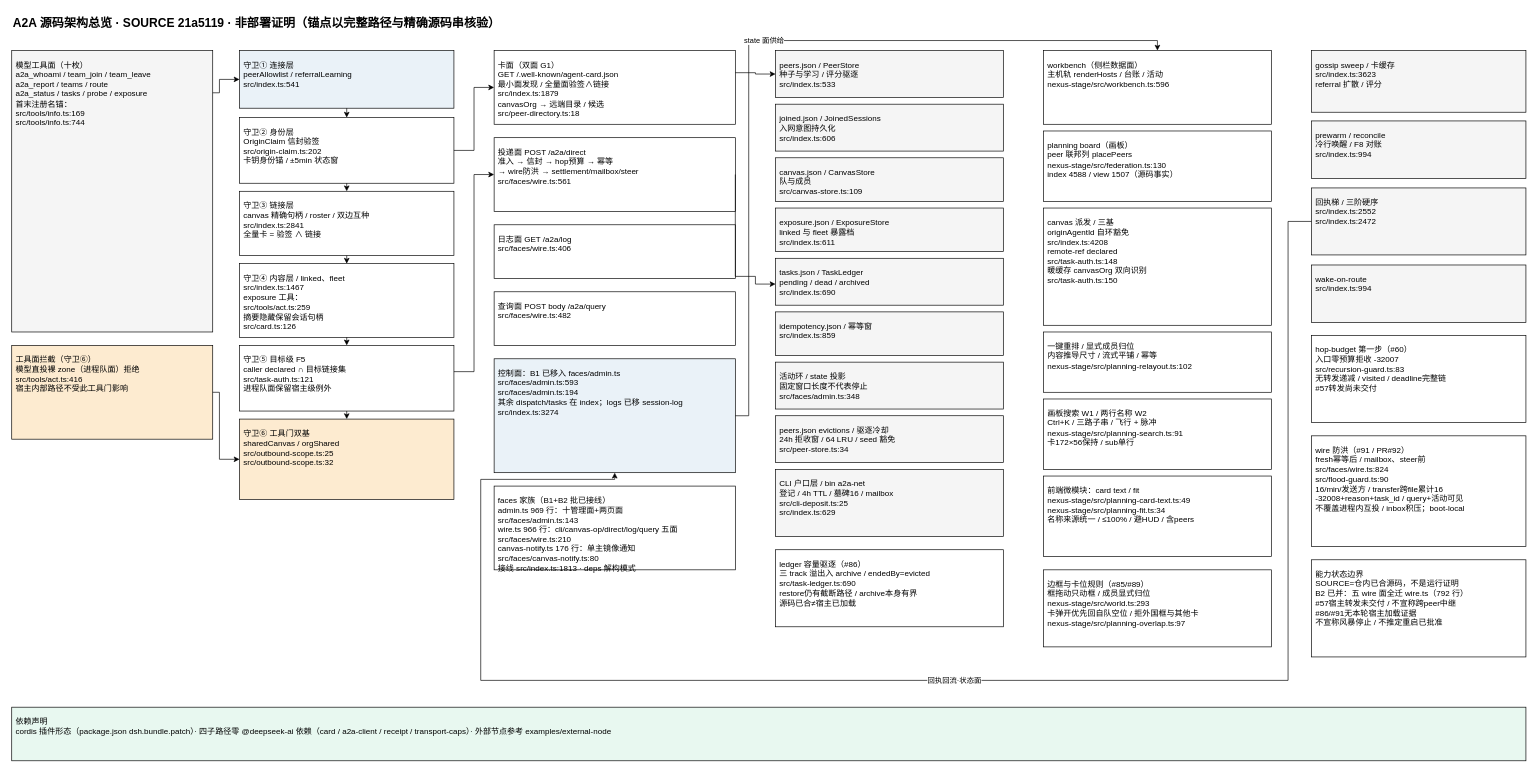
The draw.io diagram page "系统架构总览" (1 of 2) of docs/arch/a2a-architecture.drawio in NelsonLongxiang/dsh-open-a2a-net, before the edit. Source tidied: cells renumbered, new cells numbered last; positions are measured from the earlier drawing's top-left corner, leaving out a move shared by most shapes. Both pictures are drawn from the tidied source at 67%, with x=0, y=0 at pixel (11, 11).
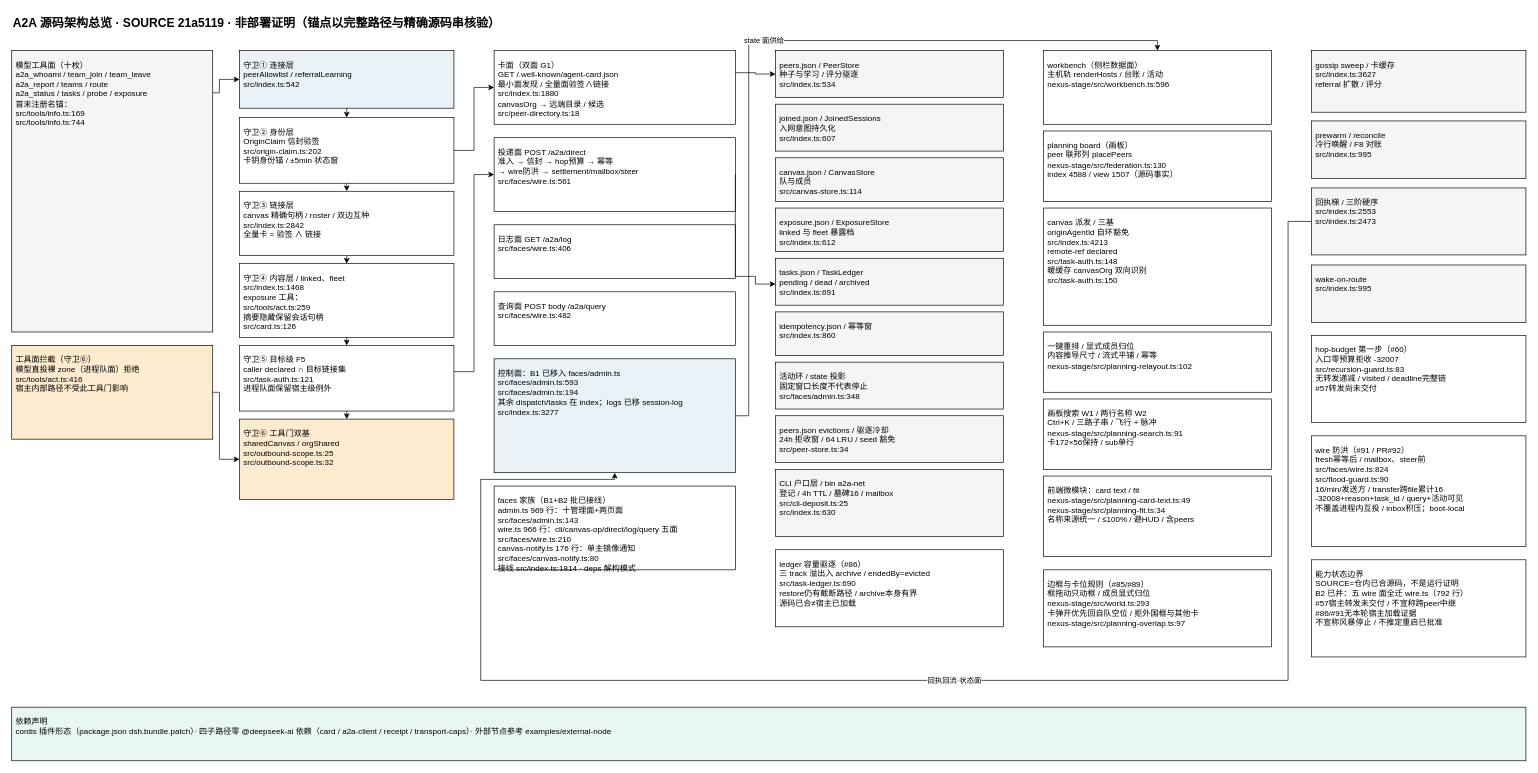
The same page after the edit.

Commit message (it also covers changes not shown here):
fix(superagent): cross-host root admission links the wire both ways (S5)

Diff of the diagram source:
```diff
@@
-    <mxCell id="5" value="守卫① 连接层&#10;peerAllowlist / referralLearning&#10;src/index.ts:541" style="rounded=0;whiteSpace=wrap;html=1;fontSize=12;fontColor=#000000;fillColor=#EAF2F8;strokeColor=#000000;align=left;verticalAlign=top;spacing=6;spacingTop=4;" parent="1" vertex="1">
+    <mxCell id="5" value="守卫① 连接层&#10;peerAllowlist / referralLearning&#10;src/index.ts:542" style="rounded=0;whiteSpace=wrap;html=1;fontSize=12;fontColor=#000000;fillColor=#EAF2F8;strokeColor=#000000;align=left;verticalAlign=top;spacing=6;spacingTop=4;" parent="1" vertex="1">
       <mxGeometry x="340" y="58" width="320" height="86" as="geometry" />
     </mxCell>
@@
-    <mxCell id="7" value="守卫③ 链接层&#10;canvas 精确句柄 / roster / 双边互种&#10;src/index.ts:2841&#10;全量卡 = 验签 ∧ 链接" style="rounded=0;whiteSpace=wrap;html=1;fontSize=12;fontColor=#000000;fillColor=#FFFFFF;strokeColor=#000000;align=left;verticalAlign=top;spacing=6;spacingTop=4;" parent="1" vertex="1">
+    <mxCell id="7" value="守卫③ 链接层&#10;canvas 精确句柄 / roster / 双边互种&#10;src/index.ts:2842&#10;全量卡 = 验签 ∧ 链接" style="rounded=0;whiteSpace=wrap;html=1;fontSize=12;fontColor=#000000;fillColor=#FFFFFF;strokeColor=#000000;align=left;verticalAlign=top;spacing=6;spacingTop=4;" parent="1" vertex="1">
       <mxGeometry x="340" y="268" width="320" height="96" as="geometry" />
     </mxCell>
-    <mxCell id="8" value="守卫④ 内容层 / linked、fleet&#10;src/index.ts:1467&#10;exposure 工具：&#10;src/tools/act.ts:259&#10;摘要隐藏保留会话句柄&#10;src/card.ts:126" style="rounded=0;whiteSpace=wrap;html=1;fontSize=12;fontColor=#000000;fillColor=#FFFFFF;strokeColor=#000000;align=left;verticalAlign=top;spacing=6;spacingTop=4;" parent="1" vertex="1">
+    <mxCell id="8" value="守卫④ 内容层 / linked、fleet&#10;src/index.ts:1468&#10;exposure 工具：&#10;src/tools/act.ts:259&#10;摘要隐藏保留会话句柄&#10;src/card.ts:126" style="rounded=0;whiteSpace=wrap;html=1;fontSize=12;fontColor=#000000;fillColor=#FFFFFF;strokeColor=#000000;align=left;verticalAlign=top;spacing=6;spacingTop=4;" parent="1" vertex="1">
       <mxGeometry x="340" y="376" width="320" height="110" as="geometry" />
     </mxCell>
@@
-    <mxCell id="11" value="卡面（双面 G1）&#10;GET /.well-known/agent-card.json&#10;最小面发现 / 全量面验签∧链接&#10;src/index.ts:1879&#10;canvasOrg → 远端目录 / 候选&#10;src/peer-directory.ts:18" style="rounded=0;whiteSpace=wrap;html=1;fontSize=12;fontColor=#000000;fillColor=#FFFFFF;strokeColor=#000000;align=left;verticalAlign=top;spacing=6;spacingTop=4;" parent="1" vertex="1">
+    <mxCell id="11" value="卡面（双面 G1）&#10;GET /.well-known/agent-card.json&#10;最小面发现 / 全量面验签∧链接&#10;src/index.ts:1880&#10;canvasOrg → 远端目录 / 候选&#10;src/peer-directory.ts:18" style="rounded=0;whiteSpace=wrap;html=1;fontSize=12;fontColor=#000000;fillColor=#FFFFFF;strokeColor=#000000;align=left;verticalAlign=top;spacing=6;spacingTop=4;" parent="1" vertex="1">
       <mxGeometry x="720" y="58" width="360" height="110" as="geometry" />
     </mxCell>
@@
-    <mxCell id="15" value="控制面：B1 已移入 faces/admin.ts&#10;src/faces/admin.ts:593&#10;src/faces/admin.ts:194&#10;其余 dispatch/tasks 在 index；logs 已移 session-log&#10;src/index.ts:3274" style="rounded=0;whiteSpace=wrap;html=1;fontSize=12;fontColor=#000000;fillColor=#EAF2F8;strokeColor=#000000;align=left;verticalAlign=top;spacing=6;spacingTop=4;" parent="1" vertex="1">
+    <mxCell id="15" value="控制面：B1 已移入 faces/admin.ts&#10;src/faces/admin.ts:593&#10;src/faces/admin.ts:194&#10;其余 dispatch/tasks 在 index；logs 已移 session-log&#10;src/index.ts:3277" style="rounded=0;whiteSpace=wrap;html=1;fontSize=12;fontColor=#000000;fillColor=#EAF2F8;strokeColor=#000000;align=left;verticalAlign=top;spacing=6;spacingTop=4;" parent="1" vertex="1">
       <mxGeometry x="720" y="518" width="360" height="170" as="geometry" />
     </mxCell>
-    <mxCell id="16" value="peers.json / PeerStore&#10;种子与学习 / 评分驱逐&#10;src/index.ts:533" style="rounded=0;whiteSpace=wrap;html=1;fontSize=12;fontColor=#000000;fillColor=#F5F5F5;strokeColor=#000000;align=left;verticalAlign=top;spacing=6;spacingTop=4;" parent="1" vertex="1">
+    <mxCell id="16" value="peers.json / PeerStore&#10;种子与学习 / 评分驱逐&#10;src/index.ts:534" style="rounded=0;whiteSpace=wrap;html=1;fontSize=12;fontColor=#000000;fillColor=#F5F5F5;strokeColor=#000000;align=left;verticalAlign=top;spacing=6;spacingTop=4;" parent="1" vertex="1">
       <mxGeometry x="1140" y="58" width="340" height="70" as="geometry" />
     </mxCell>
-    <mxCell id="17" value="joined.json / JoinedSessions&#10;入网意图持久化&#10;src/index.ts:606" style="rounded=0;whiteSpace=wrap;html=1;fontSize=12;fontColor=#000000;fillColor=#F5F5F5;strokeColor=#000000;align=left;verticalAlign=top;spacing=6;spacingTop=4;" parent="1" vertex="1">
+    <mxCell id="17" value="joined.json / JoinedSessions&#10;入网意图持久化&#10;src/index.ts:607" style="rounded=0;whiteSpace=wrap;html=1;fontSize=12;fontColor=#000000;fillColor=#F5F5F5;strokeColor=#000000;align=left;verticalAlign=top;spacing=6;spacingTop=4;" parent="1" vertex="1">
       <mxGeometry x="1140" y="138" width="340" height="70" as="geometry" />
     </mxCell>
-    <mxCell id="18" value="canvas.json / CanvasStore&#10;队与成员&#10;src/canvas-store.ts:109" style="rounded=0;whiteSpace=wrap;html=1;fontSize=12;fontColor=#000000;fillColor=#F5F5F5;strokeColor=#000000;align=left;verticalAlign=top;spacing=6;spacingTop=4;" parent="1" vertex="1">
+    <mxCell id="18" value="canvas.json / CanvasStore&#10;队与成员&#10;src/canvas-store.ts:114" style="rounded=0;whiteSpace=wrap;html=1;fontSize=12;fontColor=#000000;fillColor=#F5F5F5;strokeColor=#000000;align=left;verticalAlign=top;spacing=6;spacingTop=4;" parent="1" vertex="1">
       <mxGeometry x="1140" y="218" width="340" height="65" as="geometry" />
     </mxCell>
-    <mxCell id="19" value="exposure.json / ExposureStore&#10;linked 与 fleet 暴露档&#10;src/index.ts:611" style="rounded=0;whiteSpace=wrap;html=1;fontSize=12;fontColor=#000000;fillColor=#F5F5F5;strokeColor=#000000;align=left;verticalAlign=top;spacing=6;spacingTop=4;" parent="1" vertex="1">
+    <mxCell id="19" value="exposure.json / ExposureStore&#10;linked 与 fleet 暴露档&#10;src/index.ts:612" style="rounded=0;whiteSpace=wrap;html=1;fontSize=12;fontColor=#000000;fillColor=#F5F5F5;strokeColor=#000000;align=left;verticalAlign=top;spacing=6;spacingTop=4;" parent="1" vertex="1">
       <mxGeometry x="1140" y="293" width="340" height="65" as="geometry" />
     </mxCell>
-    <mxCell id="20" value="tasks.json / TaskLedger&#10;pending / dead / archived&#10;src/index.ts:690" style="rounded=0;whiteSpace=wrap;html=1;fontSize=12;fontColor=#000000;fillColor=#F5F5F5;strokeColor=#000000;align=left;verticalAlign=top;spacing=6;spacingTop=4;" parent="1" vertex="1">
+    <mxCell id="20" value="tasks.json / TaskLedger&#10;pending / dead / archived&#10;src/index.ts:691" style="rounded=0;whiteSpace=wrap;html=1;fontSize=12;fontColor=#000000;fillColor=#F5F5F5;strokeColor=#000000;align=left;verticalAlign=top;spacing=6;spacingTop=4;" parent="1" vertex="1">
       <mxGeometry x="1140" y="368" width="340" height="70" as="geometry" />
     </mxCell>
-    <mxCell id="21" value="idempotency.json / 幂等窗&#10;src/index.ts:859" style="rounded=0;whiteSpace=wrap;html=1;fontSize=12;fontColor=#000000;fillColor=#F5F5F5;strokeColor=#000000;align=left;verticalAlign=top;spacing=6;spacingTop=4;" parent="1" vertex="1">
+    <mxCell id="21" value="idempotency.json / 幂等窗&#10;src/index.ts:860" style="rounded=0;whiteSpace=wrap;html=1;fontSize=12;fontColor=#000000;fillColor=#F5F5F5;strokeColor=#000000;align=left;verticalAlign=top;spacing=6;spacingTop=4;" parent="1" vertex="1">
       <mxGeometry x="1140" y="448" width="340" height="65" as="geometry" />
     </mxCell>
@@
-    <mxCell id="26" value="CLI 户口层 / bin a2a-net&#10;登记 / 4h TTL / 墓碑16 / mailbox&#10;src/cli-deposit.ts:25&#10;src/index.ts:629" style="rounded=0;whiteSpace=wrap;html=1;fontSize=12;fontColor=#000000;fillColor=#F5F5F5;strokeColor=#000000;align=left;verticalAlign=top;spacing=6;spacingTop=4;" parent="1" vertex="1">
+    <mxCell id="26" value="CLI 户口层 / bin a2a-net&#10;登记 / 4h TTL / 墓碑16 / mailbox&#10;src/cli-deposit.ts:25&#10;src/index.ts:630" style="rounded=0;whiteSpace=wrap;html=1;fontSize=12;fontColor=#000000;fillColor=#F5F5F5;strokeColor=#000000;align=left;verticalAlign=top;spacing=6;spacingTop=4;" parent="1" vertex="1">
       <mxGeometry x="1140" y="683" width="340" height="100" as="geometry" />
     </mxCell>
-    <mxCell id="27" value="canvas 派发 / 三基&#10;originAgentId 自环豁免&#10;src/index.ts:4208&#10;remote-ref declared&#10;src/task-auth.ts:148&#10;暖缓存 canvasOrg 双向识别&#10;src/task-auth.ts:150" style="rounded=0;whiteSpace=wrap;html=1;fontSize=12;fontColor=#000000;fillColor=#FFFFFF;strokeColor=#000000;align=left;verticalAlign=top;spacing=6;spacingTop=4;" parent="1" vertex="1">
+    <mxCell id="27" value="canvas 派发 / 三基&#10;originAgentId 自环豁免&#10;src/index.ts:4213&#10;remote-ref declared&#10;src/task-auth.ts:148&#10;暖缓存 canvasOrg 双向识别&#10;src/task-auth.ts:150" style="rounded=0;whiteSpace=wrap;html=1;fontSize=12;fontColor=#000000;fillColor=#FFFFFF;strokeColor=#000000;align=left;verticalAlign=top;spacing=6;spacingTop=4;" parent="1" vertex="1">
       <mxGeometry x="1540" y="293" width="340" height="175" as="geometry" />
     </mxCell>
@@
-    <mxCell id="30" value="gossip sweep / 卡缓存&#10;src/index.ts:3623&#10;referral 扩散 / 评分" style="rounded=0;whiteSpace=wrap;html=1;fontSize=12;fontColor=#000000;fillColor=#F5F5F5;strokeColor=#000000;align=left;verticalAlign=top;spacing=6;spacingTop=4;" parent="1" vertex="1">
+    <mxCell id="30" value="gossip sweep / 卡缓存&#10;src/index.ts:3627&#10;referral 扩散 / 评分" style="rounded=0;whiteSpace=wrap;html=1;fontSize=12;fontColor=#000000;fillColor=#F5F5F5;strokeColor=#000000;align=left;verticalAlign=top;spacing=6;spacingTop=4;" parent="1" vertex="1">
       <mxGeometry x="1940" y="58" width="320" height="92" as="geometry" />
     </mxCell>
-    <mxCell id="31" value="prewarm / reconcile&#10;冷行唤醒 / F8 对账&#10;src/index.ts:994" style="rounded=0;whiteSpace=wrap;html=1;fontSize=12;fontColor=#000000;fillColor=#F5F5F5;strokeColor=#000000;align=left;verticalAlign=top;spacing=6;spacingTop=4;" parent="1" vertex="1">
+    <mxCell id="31" value="prewarm / reconcile&#10;冷行唤醒 / F8 对账&#10;src/index.ts:995" style="rounded=0;whiteSpace=wrap;html=1;fontSize=12;fontColor=#000000;fillColor=#F5F5F5;strokeColor=#000000;align=left;verticalAlign=top;spacing=6;spacingTop=4;" parent="1" vertex="1">
       <mxGeometry x="1940" y="163" width="320" height="86" as="geometry" />
     </mxCell>
-    <mxCell id="32" value="回执梯 / 三阶硬序&#10;src/index.ts:2552&#10;src/index.ts:2472" style="rounded=0;whiteSpace=wrap;html=1;fontSize=12;fontColor=#000000;fillColor=#F5F5F5;strokeColor=#000000;align=left;verticalAlign=top;spacing=6;spacingTop=4;" parent="1" vertex="1">
+    <mxCell id="32" value="回执梯 / 三阶硬序&#10;src/index.ts:2553&#10;src/index.ts:2473" style="rounded=0;whiteSpace=wrap;html=1;fontSize=12;fontColor=#000000;fillColor=#F5F5F5;strokeColor=#000000;align=left;verticalAlign=top;spacing=6;spacingTop=4;" parent="1" vertex="1">
       <mxGeometry x="1940" y="263" width="320" height="100" as="geometry" />
     </mxCell>
-    <mxCell id="33" value="wake-on-route&#10;src/index.ts:994" style="rounded=0;whiteSpace=wrap;html=1;fontSize=12;fontColor=#000000;fillColor=#F5F5F5;strokeColor=#000000;align=left;verticalAlign=top;spacing=6;spacingTop=4;" parent="1" vertex="1">
+    <mxCell id="33" value="wake-on-route&#10;src/index.ts:995" style="rounded=0;whiteSpace=wrap;html=1;fontSize=12;fontColor=#000000;fillColor=#F5F5F5;strokeColor=#000000;align=left;verticalAlign=top;spacing=6;spacingTop=4;" parent="1" vertex="1">
       <mxGeometry x="1940" y="378" width="320" height="86" as="geometry" />
     </mxCell>
@@
-    <mxCell id="35" value="faces 家族（B1+B2 批已接线）&#10;admin.ts 969 行：十管理面+两页面&#10;src/faces/admin.ts:143&#10;wire.ts 966 行：cli/canvas-op/direct/log/query 五面&#10;src/faces/wire.ts:210&#10;canvas-notify.ts 176 行：单主镜像通知&#10;src/faces/canvas-notify.ts:80&#10;接线 src/index.ts:1813 · deps 解构模式" style="rounded=0;whiteSpace=wrap;html=1;fontSize=12;fontColor=#000000;fillColor=#FFFFFF;strokeColor=#000000;align=left;verticalAlign=top;spacing=6;spacingTop=4;" parent="1" vertex="1">
+    <mxCell id="35" value="faces 家族（B1+B2 批已接线）&#10;admin.ts 969 行：十管理面+两页面&#10;src/faces/admin.ts:143&#10;wire.ts 966 行：cli/canvas-op/direct/log/query 五面&#10;src/faces/wire.ts:210&#10;canvas-notify.ts 176 行：单主镜像通知&#10;src/faces/canvas-notify.ts:80&#10;接线 src/index.ts:1814 · deps 解构模式" style="rounded=0;whiteSpace=wrap;html=1;fontSize=12;fontColor=#000000;fillColor=#FFFFFF;strokeColor=#000000;align=left;verticalAlign=top;spacing=6;spacingTop=4;" parent="1" vertex="1">
       <mxGeometry x="720" y="708" width="360" height="125" as="geometry" />
     </mxCell>
```
